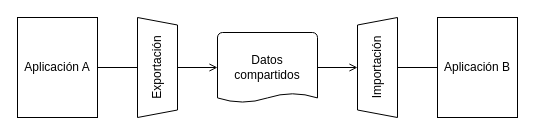
Earlier version of the draw.io diagram diagrams/File_Transfer.drawio (ucudal/ANDIS_Conceptos). Source tidied: cells renumbered, new cells numbered last; positions are measured from the earlier drawing's top-left corner, leaving out a move shared by most shapes. Both pictures are drawn from the tidied source at 100%, with x=0, y=0 at pixel (17, 17).
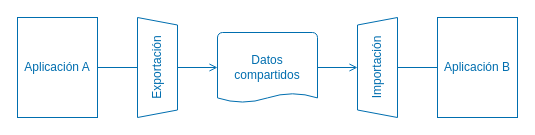
The same page after the edit.

The edit, as a diff of the source:
```diff
@@
 <mxGraphModel>
   <root>
     <mxCell id="0" />
     <mxCell id="1" parent="0" />
-    <mxCell id="2" style="edgeStyle=none;html=1;endArrow=none;endFill=0;strokeColor=light-dark(#000000,#006EAF);fontColor=light-dark(#000000,#006EAF);" parent="1" edge="1" source="3" target="8">
+    <mxCell id="2" style="edgeStyle=none;html=1;endArrow=none;endFill=0;strokeColor=light-dark(#006EAF,#006EAF);fontColor=light-dark(#006EAF,#006EAF);" parent="1" edge="1" source="3" target="8">
       <mxGeometry relative="1" as="geometry" />
     </mxCell>
-    <mxCell id="3" value="Aplicación A" style="rounded=0;whiteSpace=wrap;html=1;strokeColor=light-dark(#000000,#006EAF);fontColor=light-dark(#000000,#006EAF);fillColor=none;" parent="1" vertex="1">
+    <mxCell id="3" value="Aplicación A" style="rounded=0;whiteSpace=wrap;html=1;strokeColor=light-dark(#006EAF,#006EAF);fontColor=light-dark(#006EAF,#006EAF);fillColor=none;" parent="1" vertex="1">
       <mxGeometry width="80" height="100" as="geometry" />
     </mxCell>
-    <mxCell id="4" value="Aplicación B" style="rounded=0;whiteSpace=wrap;html=1;strokeColor=light-dark(#000000,#006EAF);fontColor=light-dark(#000000,#006EAF);fillColor=none;" parent="1" vertex="1">
+    <mxCell id="4" value="Aplicación B" style="rounded=0;whiteSpace=wrap;html=1;strokeColor=light-dark(#006EAF,#006EAF);fontColor=light-dark(#006EAF,#006EAF);fillColor=none;" parent="1" vertex="1">
       <mxGeometry x="420" width="80" height="100" as="geometry" />
     </mxCell>
-    <mxCell id="5" style="edgeStyle=none;html=1;endArrow=open;endFill=0;strokeColor=light-dark(#000000,#006EAF);fontColor=light-dark(#000000,#006EAF);" parent="1" edge="1" source="6" target="10">
+    <mxCell id="5" style="edgeStyle=none;html=1;endArrow=open;endFill=0;strokeColor=light-dark(#006EAF,#006EAF);fontColor=light-dark(#006EAF,#006EAF);" parent="1" edge="1" source="6" target="10">
       <mxGeometry relative="1" as="geometry" />
     </mxCell>
-    <mxCell id="6" value="Datos compartidos" style="strokeWidth=1;html=1;shape=mxgraph.flowchart.document2;whiteSpace=wrap;size=0.13076923076923078;strokeColor=light-dark(#000000,#006EAF);fontColor=light-dark(#000000,#006EAF);fillColor=none;" parent="1" vertex="1">
+    <mxCell id="6" value="Datos compartidos" style="strokeWidth=1;html=1;shape=mxgraph.flowchart.document2;whiteSpace=wrap;size=0.13076923076923078;strokeColor=light-dark(#006EAF,#006EAF);fontColor=light-dark(#006EAF,#006EAF);fillColor=none;" parent="1" vertex="1">
       <mxGeometry x="200" y="15" width="100" height="70" as="geometry" />
     </mxCell>
-    <mxCell id="7" style="edgeStyle=none;html=1;endArrow=open;endFill=0;strokeColor=light-dark(#000000,#006EAF);fontColor=light-dark(#000000,#006EAF);" parent="1" edge="1" source="8" target="6">
+    <mxCell id="7" style="edgeStyle=none;html=1;endArrow=open;endFill=0;strokeColor=light-dark(#006EAF,#006EAF);fontColor=light-dark(#006EAF,#006EAF);" parent="1" edge="1" source="8" target="6">
       <mxGeometry relative="1" as="geometry" />
     </mxCell>
-    <mxCell id="8" value="Exportación" style="verticalLabelPosition=middle;verticalAlign=middle;html=1;shape=trapezoid;perimeter=trapezoidPerimeter;whiteSpace=wrap;size=0.07500000000000001;arcSize=10;flipV=1;labelPosition=center;align=center;rotation=-90;strokeColor=light-dark(#000000,#006EAF);fontColor=light-dark(#000000,#006EAF);fillColor=none;" parent="1" vertex="1">
+    <mxCell id="8" value="Exportación" style="verticalLabelPosition=middle;verticalAlign=middle;html=1;shape=trapezoid;perimeter=trapezoidPerimeter;whiteSpace=wrap;size=0.07500000000000001;arcSize=10;flipV=1;labelPosition=center;align=center;rotation=-90;strokeColor=light-dark(#006EAF,#006EAF);fontColor=light-dark(#006EAF,#006EAF);fillColor=none;" parent="1" vertex="1">
       <mxGeometry x="90" y="30" width="100" height="40" as="geometry" />
     </mxCell>
-    <mxCell id="9" style="edgeStyle=none;html=1;endArrow=none;endFill=0;strokeColor=light-dark(#000000,#006EAF);fontColor=light-dark(#000000,#006EAF);" parent="1" edge="1" source="10" target="4">
+    <mxCell id="9" style="edgeStyle=none;html=1;endArrow=none;endFill=0;strokeColor=light-dark(#006EAF,#006EAF);fontColor=light-dark(#006EAF,#006EAF);" parent="1" edge="1" source="10" target="4">
       <mxGeometry relative="1" as="geometry" />
     </mxCell>
-    <mxCell id="10" value="Importación" style="verticalLabelPosition=middle;verticalAlign=middle;html=1;shape=trapezoid;perimeter=trapezoidPerimeter;whiteSpace=wrap;size=0.07500000000000001;arcSize=10;flipV=0;labelPosition=center;align=center;rotation=-90;strokeColor=light-dark(#000000,#006EAF);fontColor=light-dark(#000000,#006EAF);fillColor=none;" parent="1" vertex="1">
+    <mxCell id="10" value="Importación" style="verticalLabelPosition=middle;verticalAlign=middle;html=1;shape=trapezoid;perimeter=trapezoidPerimeter;whiteSpace=wrap;size=0.07500000000000001;arcSize=10;flipV=0;labelPosition=center;align=center;rotation=-90;strokeColor=light-dark(#006EAF,#006EAF);fontColor=light-dark(#006EAF,#006EAF);fillColor=none;" parent="1" vertex="1">
       <mxGeometry x="310" y="30" width="100" height="40" as="geometry" />
     </mxCell>
   </root>
 </mxGraphModel>
```
